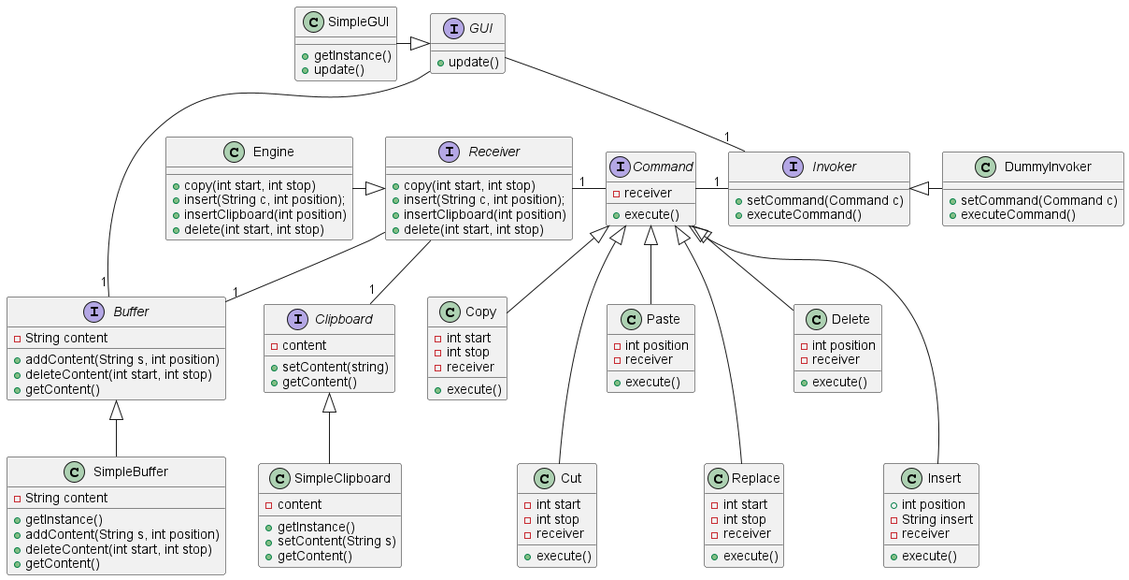
Earlier version of the PlantUML export V2/Conception/diagrams/ClassDiagram.png (Camille-Molinier/text-editor). The source it was exported from:
```plantuml
@startuml

interface GUI {
    + update()
}

interface Invoker {
    + setCommand(Command c)
    + executeCommand()
}

interface Command {
    - receiver
    + execute()
}

interface Receiver {
    + copy(int start, int stop)
    + insert(String c, int position);
    + insertClipboard(int position)
    + delete(int start, int stop)
}

interface Clipboard {
    - content
    + setContent(string)
    + getContent()
}

interface Buffer {
    - String content
    + addContent(String s, int position)
    + deleteContent(int start, int stop)
    + getContent()
}

class SimpleGUI {
    + getInstance()
    + update()
}

class Engine {
      + copy(int start, int stop)
      + insert(String c, int position);
      + insertClipboard(int position)
      + delete(int start, int stop)
}


class Copy {
    - int start
    - int stop
    - receiver
    + execute()
}

class Cut {
    - int start
    - int stop
    - receiver
    + execute()
}

class Paste {
    - int position
    - receiver
    + execute()
}

class Replace {
    - int start
    - int stop
    - receiver
    + execute()
}

class Delete {
    - int position
    - receiver
    + execute()
}

class Insert {
    + int position
    - String insert
    - receiver
    + execute()
}

class SimpleBuffer {
    - String content
    + getInstance()
    + addContent(String s, int position)
    + deleteContent(int start, int stop)
    + getContent()
}

class SimpleClipboard {
    - content
    + getInstance()
    + setContent(String s)
    + getContent()
}

class DummyInvoker {
    + setCommand(Command c)
    + executeCommand()
}


GUI --- "1"Buffer
GUI --"1" Invoker

Receiver "1"- Command
Receiver -down-"1" Buffer
Receiver --down"1" Clipboard

SimpleGUI -right|> GUI

Engine -right-|> Receiver

Invoker "1"--left Command


Copy -up-|> Command
Paste -up-|> Command
Replace --up-|> Command
Delete -up-|> Command
Cut --up-|> Command
Insert -up--|> Command

SimpleBuffer -up-|> Buffer
SimpleClipboard -up-|> Clipboard

DummyInvoker -left|> Invoker


@enduml
```
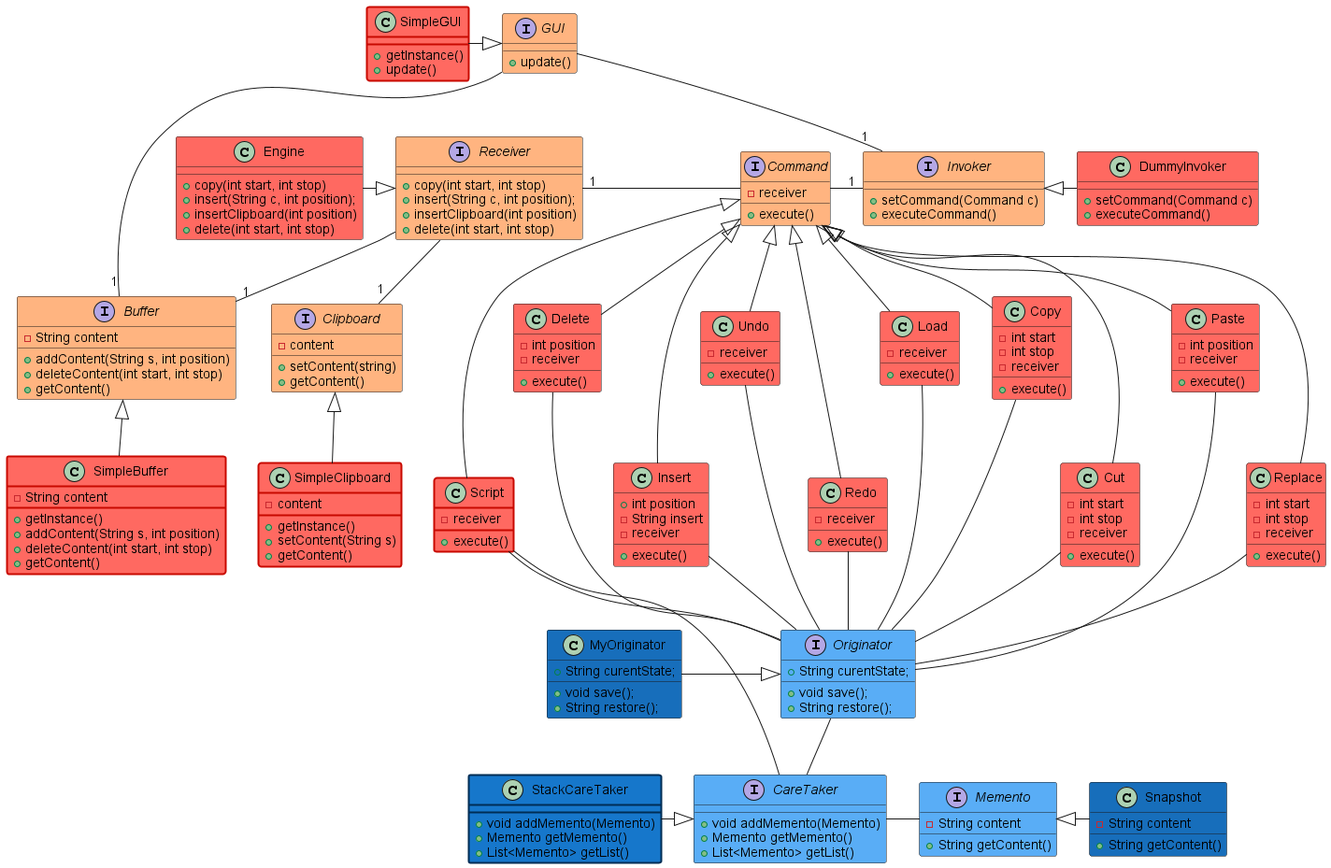
After the commit.

The edit, as a diff of the source:
```diff
@@ -1,45 +1,62 @@
 @startuml
-
-interface GUI {
+interface GUI #ffb480 {
     + update()
 }
 
-interface Invoker {
+interface Invoker #ffb480 {
     + setCommand(Command c)
     + executeCommand()
 }
 
-interface Command {
+interface Command #ffb480 {
     - receiver
     + execute()
 }
 
-interface Receiver {
+interface Receiver #ffb480 {
     + copy(int start, int stop)
     + insert(String c, int position);
     + insertClipboard(int position)
     + delete(int start, int stop)
 }
 
-interface Clipboard {
+interface Clipboard #ffb480 {
     - content
     + setContent(string)
     + getContent()
 }
 
-interface Buffer {
+interface Buffer #ffb480 {
     - String content
     + addContent(String s, int position)
     + deleteContent(int start, int stop)
     + getContent()
 }
 
-class SimpleGUI {
+interface Originator #59adf6 {
+    + String curentState;
+    + void save();
+    + String restore();
+}
+
+interface Memento #59adf6 {
+    - String content
+
+    + String getContent()
+}
+
+interface CareTaker #59adf6 {
+    + void addMemento(Memento)
+    + Memento getMemento()
+    + List<Memento> getList()
+}
+
+class SimpleGUI #ff6961;line.bold:C80900 {
     + getInstance()
     + update()
 }
 
-class Engine {
+class Engine #ff6961 {
       + copy(int start, int stop)
       + insert(String c, int position);
       + insertClipboard(int position)
@@ -47,47 +64,67 @@
 }
 
 
-class Copy {
+class Copy #ff6961 {
     - int start
     - int stop
     - receiver
     + execute()
 }
 
-class Cut {
+class Cut #ff6961 {
     - int start
     - int stop
     - receiver
     + execute()
 }
 
-class Paste {
+class Paste #ff6961 {
     - int position
     - receiver
     + execute()
 }
 
-class Replace {
+class Replace #ff6961 {
     - int start
     - int stop
     - receiver
     + execute()
 }
 
-class Delete {
+class Delete #ff6961 {
     - int position
     - receiver
     + execute()
 }
 
-class Insert {
+class Insert #ff6961 {
     + int position
     - String insert
     - receiver
     + execute()
 }
 
-class SimpleBuffer {
+class Undo #ff6961 {
+    - receiver
+    + execute()
+}
+
+class Redo #ff6961 {
+    - receiver
+    + execute()
+}
+
+class Script #ff6961;line.bold:C80900 {
+    - receiver
+    + execute()
+}
+
+class Load #ff6961 {
+    - receiver
+    + execute()
+}
+
+class SimpleBuffer #ff6961;line.bold:C80900 {
     - String content
     + getInstance()
     + addContent(String s, int position)
@@ -95,18 +132,35 @@
     + getContent()
 }
 
-class SimpleClipboard {
+class SimpleClipboard #ff6961;line.bold:C80900 {
     - content
     + getInstance()
     + setContent(String s)
     + getContent()
 }
 
-class DummyInvoker {
+class DummyInvoker #ff6961 {
     + setCommand(Command c)
     + executeCommand()
 }
 
+class MyOriginator #176EBB {
+    + String curentState;
+    + void save();
+    + String restore();
+}
+
+class Snapshot #176EBB {
+    - String content
+
+    + String getContent()
+}
+
+class StackCareTaker #1677CB;line.bold:002D55 {
+    + void addMemento(Memento)
+    + Memento getMemento()
+    + List<Memento> getList()
+}
 
 GUI --- "1"Buffer
 GUI --"1" Invoker
@@ -121,6 +175,21 @@
 
 Invoker "1"--left Command
 
+Copy -- Originator
+Paste -- Originator
+Replace -- Originator
+Delete -- Originator
+Cut -- Originator
+Insert -- Originator
+Undo -- Originator
+Redo -- Originator
+Script -- Originator
+Load -- Originator
+
+CareTaker -up- Originator
+Memento -left- CareTaker
+
+Script - CareTaker
 
 Copy -up-|> Command
 Paste -up-|> Command
@@ -128,11 +197,17 @@
 Delete -up-|> Command
 Cut --up-|> Command
 Insert -up--|> Command
+Undo -up-|> Command
+Redo -up--|> Command
+Script -up-|> Command
+Load -up-|> Command
 
 SimpleBuffer -up-|> Buffer
 SimpleClipboard -up-|> Clipboard
 
 DummyInvoker -left|> Invoker
 
-
+MyOriginator -|> Originator
+StackCareTaker -|> CareTaker
+Snapshot -left|> Memento
 @enduml
```
